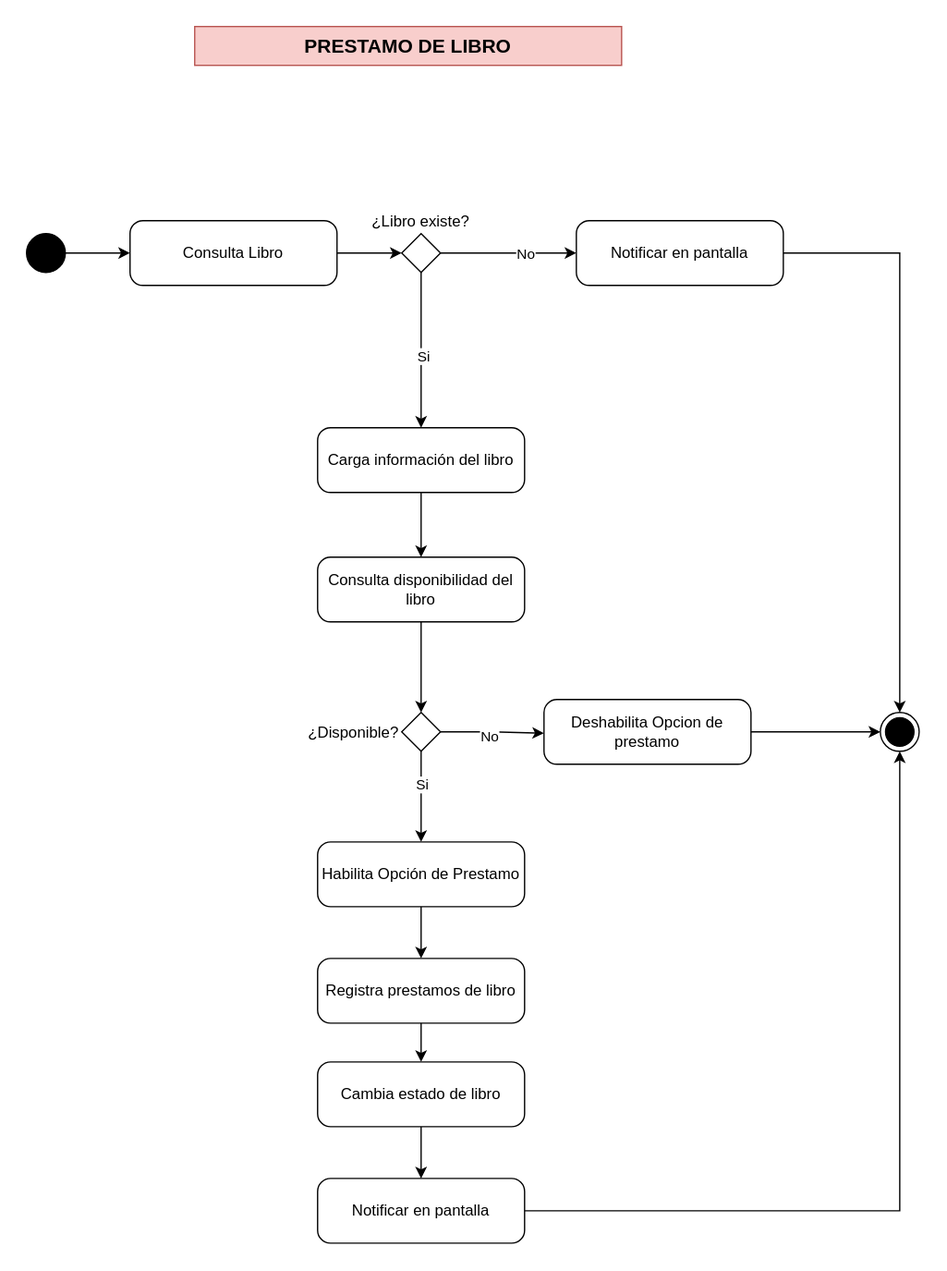
Before: Sistema Biblioteca/Diagrama de Actividades - Solicitar Prestamo libro.svg, a diagram exported from draw.io (victor900424/diagramas-uml). Source tidied: cells renumbered, new cells last; positions are measured from the earlier drawing's top-left corner, leaving out a move shared by most shapes. The source it was exported from:
```xml
<mxGraphModel>
  <root>
    <mxCell id="0" />
    <mxCell id="1" parent="0" />
    <mxCell id="2" value="Deshabilita Opcion de prestamo" style="html=1;dashed=0;rounded=1;absoluteArcSize=1;arcSize=20;verticalAlign=middle;align=center;whiteSpace=wrap;" parent="1" vertex="1">
      <mxGeometry x="400" y="520" width="160" height="50" as="geometry" />
    </mxCell>
    <mxCell id="3" style="edgeStyle=orthogonalEdgeStyle;rounded=0;jettySize=auto;html=1;" parent="1" edge="1" source="4" target="12">
      <mxGeometry relative="1" as="geometry" />
    </mxCell>
    <mxCell id="4" style="ellipse;fillColor=strokeColor;html=1;" parent="1" vertex="1">
      <mxGeometry y="160" width="30" height="30" as="geometry" />
    </mxCell>
    <mxCell id="5" style="ellipse;html=1;shape=endState;fillColor=strokeColor;" parent="1" vertex="1">
      <mxGeometry x="660" y="530" width="30" height="30" as="geometry" />
    </mxCell>
    <mxCell id="6" style="edgeStyle=orthogonalEdgeStyle;rounded=0;jettySize=auto;html=1;" parent="1" edge="1" source="10" target="16">
      <mxGeometry relative="1" as="geometry" />
    </mxCell>
    <mxCell id="7" value="No" style="edgeLabel;html=1;align=center;verticalAlign=middle;" parent="6" vertex="1">
      <mxGeometry x="-0.2" y="-1" relative="1" as="geometry">
        <mxPoint x="24" y="-1" as="offset" />
      </mxGeometry>
    </mxCell>
    <mxCell id="8" style="edgeStyle=orthogonalEdgeStyle;rounded=0;jettySize=auto;html=1;" parent="1" edge="1" source="10" target="14">
      <mxGeometry relative="1" as="geometry" />
    </mxCell>
    <mxCell id="9" value="Si" style="edgeLabel;html=1;align=center;verticalAlign=middle;" parent="8" vertex="1">
      <mxGeometry x="0.06" y="1" relative="1" as="geometry" />
    </mxCell>
    <mxCell id="10" value="¿Libro existe?" style="rhombus;labelPosition=center;verticalLabelPosition=top;align=center;verticalAlign=bottom;" parent="1" vertex="1">
      <mxGeometry x="290" y="160" width="30" height="30" as="geometry" />
    </mxCell>
    <mxCell id="11" style="edgeStyle=orthogonalEdgeStyle;rounded=0;jettySize=auto;html=1;entryX=0;entryY=0.5;entryDx=0;entryDy=0;" parent="1" edge="1" source="12" target="10">
      <mxGeometry relative="1" as="geometry" />
    </mxCell>
    <mxCell id="12" value="Consulta Libro" style="html=1;dashed=0;rounded=1;absoluteArcSize=1;arcSize=20;verticalAlign=middle;align=center;whiteSpace=wrap;" parent="1" vertex="1">
      <mxGeometry x="80" y="150" width="160" height="50" as="geometry" />
    </mxCell>
    <mxCell id="13" style="edgeStyle=orthogonalEdgeStyle;rounded=0;jettySize=auto;html=1;entryX=0.5;entryY=0;entryDx=0;entryDy=0;exitX=0.5;exitY=1;exitDx=0;exitDy=0;" parent="1" edge="1" source="14" target="18">
      <mxGeometry relative="1" as="geometry" />
    </mxCell>
    <mxCell id="14" value="Carga información del libro" style="html=1;dashed=0;rounded=1;absoluteArcSize=1;arcSize=20;verticalAlign=middle;align=center;whiteSpace=wrap;" parent="1" vertex="1">
      <mxGeometry x="225" y="310" width="160" height="50" as="geometry" />
    </mxCell>
    <mxCell id="15" style="edgeStyle=orthogonalEdgeStyle;rounded=0;jettySize=auto;html=1;entryX=0.5;entryY=0;entryDx=0;entryDy=0;" parent="1" edge="1" source="16" target="5">
      <mxGeometry relative="1" as="geometry" />
    </mxCell>
    <mxCell id="16" value="Notificar en pantalla" style="html=1;dashed=0;rounded=1;absoluteArcSize=1;arcSize=20;verticalAlign=middle;align=center;whiteSpace=wrap;" parent="1" vertex="1">
      <mxGeometry x="425" y="150" width="160" height="50" as="geometry" />
    </mxCell>
    <mxCell id="17" style="edgeStyle=orthogonalEdgeStyle;rounded=0;jettySize=auto;html=1;entryX=0.5;entryY=0;entryDx=0;entryDy=0;" parent="1" edge="1" source="18" target="24">
      <mxGeometry relative="1" as="geometry" />
    </mxCell>
    <mxCell id="18" value="Consulta disponibilidad del libro" style="html=1;dashed=0;rounded=1;absoluteArcSize=1;arcSize=20;verticalAlign=middle;align=center;whiteSpace=wrap;" parent="1" vertex="1">
      <mxGeometry x="225" y="410" width="160" height="50" as="geometry" />
    </mxCell>
    <mxCell id="19" value="PRESTAMO DE LIBRO" style="text;html=1;align=center;verticalAlign=middle;whiteSpace=wrap;rounded=0;fillColor=#f8cecc;strokeColor=#b85450;fontStyle=1;fontSize=15;" parent="1" vertex="1">
      <mxGeometry x="130" width="330" height="30" as="geometry" />
    </mxCell>
    <mxCell id="20" style="edgeStyle=orthogonalEdgeStyle;rounded=0;jettySize=auto;html=1;entryX=0;entryY=0.52;entryDx=0;entryDy=0;entryPerimeter=0;" parent="1" edge="1" source="24" target="2">
      <mxGeometry relative="1" as="geometry" />
    </mxCell>
    <mxCell id="21" value="No" style="edgeLabel;html=1;align=center;verticalAlign=middle;" parent="20" vertex="1">
      <mxGeometry x="-0.09" y="-3" relative="1" as="geometry" />
    </mxCell>
    <mxCell id="22" style="edgeStyle=orthogonalEdgeStyle;rounded=0;jettySize=auto;html=1;entryX=0.5;entryY=0;entryDx=0;entryDy=0;" parent="1" edge="1" source="24" target="27">
      <mxGeometry relative="1" as="geometry" />
    </mxCell>
    <mxCell id="23" value="Si" style="edgeLabel;html=1;align=center;verticalAlign=middle;" parent="22" vertex="1">
      <mxGeometry x="-0.26" relative="1" as="geometry" />
    </mxCell>
    <mxCell id="24" value="¿Disponible?" style="rhombus;labelPosition=left;verticalLabelPosition=middle;align=right;verticalAlign=middle;" parent="1" vertex="1">
      <mxGeometry x="290" y="530" width="30" height="30" as="geometry" />
    </mxCell>
    <mxCell id="25" style="edgeStyle=orthogonalEdgeStyle;rounded=0;jettySize=auto;html=1;entryX=0;entryY=0.5;entryDx=0;entryDy=0;" parent="1" edge="1" source="2" target="5">
      <mxGeometry relative="1" as="geometry" />
    </mxCell>
    <mxCell id="26" style="edgeStyle=orthogonalEdgeStyle;rounded=0;jettySize=auto;html=1;entryX=0.5;entryY=0;entryDx=0;entryDy=0;" parent="1" edge="1" source="27" target="29">
      <mxGeometry relative="1" as="geometry" />
    </mxCell>
    <mxCell id="27" value="Habilita Opción de Prestamo" style="html=1;dashed=0;rounded=1;absoluteArcSize=1;arcSize=20;verticalAlign=middle;align=center;whiteSpace=wrap;" parent="1" vertex="1">
      <mxGeometry x="225" y="630" width="160" height="50" as="geometry" />
    </mxCell>
    <mxCell id="28" style="edgeStyle=orthogonalEdgeStyle;rounded=0;jettySize=auto;html=1;" parent="1" edge="1" source="29" target="32">
      <mxGeometry relative="1" as="geometry" />
    </mxCell>
    <mxCell id="29" value="Registra prestamos de libro" style="html=1;dashed=0;rounded=1;absoluteArcSize=1;arcSize=20;verticalAlign=middle;align=center;whiteSpace=wrap;" parent="1" vertex="1">
      <mxGeometry x="225" y="720" width="160" height="50" as="geometry" />
    </mxCell>
    <mxCell id="30" style="edgeStyle=orthogonalEdgeStyle;rounded=0;jettySize=auto;html=1;entryX=0.5;entryY=1;entryDx=0;entryDy=0;exitX=1;exitY=0.5;exitDx=0;exitDy=0;" parent="1" edge="1" source="33" target="5">
      <mxGeometry relative="1" as="geometry" />
    </mxCell>
    <mxCell id="31" style="edgeStyle=orthogonalEdgeStyle;rounded=0;jettySize=auto;html=1;entryX=0.5;entryY=0;entryDx=0;entryDy=0;" parent="1" edge="1" source="32" target="33">
      <mxGeometry relative="1" as="geometry" />
    </mxCell>
    <mxCell id="32" value="Cambia estado de libro" style="html=1;dashed=0;rounded=1;absoluteArcSize=1;arcSize=20;verticalAlign=middle;align=center;whiteSpace=wrap;" parent="1" vertex="1">
      <mxGeometry x="225" y="800" width="160" height="50" as="geometry" />
    </mxCell>
    <mxCell id="33" value="Notificar en pantalla" style="html=1;dashed=0;rounded=1;absoluteArcSize=1;arcSize=20;verticalAlign=middle;align=center;whiteSpace=wrap;" parent="1" vertex="1">
      <mxGeometry x="225" y="890" width="160" height="50" as="geometry" />
    </mxCell>
  </root>
</mxGraphModel>
```
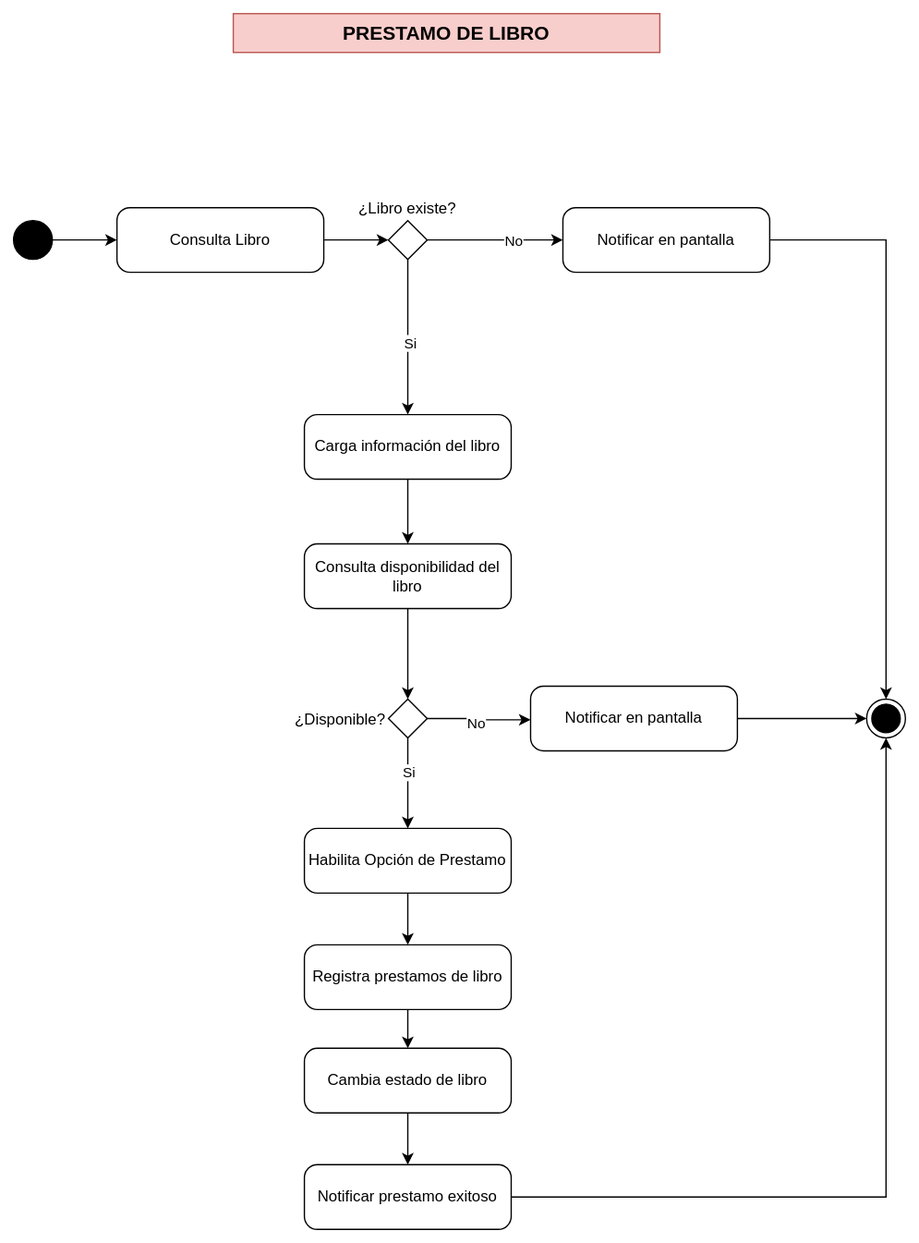
Later version of the same file.

Change to the diagram source:
```diff
@@ -2,7 +2,7 @@
   <root>
     <mxCell id="0" />
     <mxCell id="1" parent="0" />
-    <mxCell id="2" value="Deshabilita Opcion de prestamo" style="html=1;dashed=0;rounded=1;absoluteArcSize=1;arcSize=20;verticalAlign=middle;align=center;whiteSpace=wrap;" parent="1" vertex="1">
+    <mxCell id="2" value="Notificar en pantalla" style="html=1;dashed=0;rounded=1;absoluteArcSize=1;arcSize=20;verticalAlign=middle;align=center;whiteSpace=wrap;" parent="1" vertex="1">
       <mxGeometry x="400" y="520" width="160" height="50" as="geometry" />
     </mxCell>
     <mxCell id="3" style="edgeStyle=orthogonalEdgeStyle;rounded=0;jettySize=auto;html=1;" parent="1" edge="1" source="4" target="12">
@@ -56,7 +56,7 @@
       <mxGeometry x="225" y="410" width="160" height="50" as="geometry" />
     </mxCell>
     <mxCell id="19" value="PRESTAMO DE LIBRO" style="text;html=1;align=center;verticalAlign=middle;whiteSpace=wrap;rounded=0;fillColor=#f8cecc;strokeColor=#b85450;fontStyle=1;fontSize=15;" parent="1" vertex="1">
-      <mxGeometry x="130" width="330" height="30" as="geometry" />
+      <mxGeometry x="170" width="330" height="30" as="geometry" />
     </mxCell>
     <mxCell id="20" style="edgeStyle=orthogonalEdgeStyle;rounded=0;jettySize=auto;html=1;entryX=0;entryY=0.52;entryDx=0;entryDy=0;entryPerimeter=0;" parent="1" edge="1" source="24" target="2">
       <mxGeometry relative="1" as="geometry" />
@@ -97,7 +97,7 @@
     <mxCell id="32" value="Cambia estado de libro" style="html=1;dashed=0;rounded=1;absoluteArcSize=1;arcSize=20;verticalAlign=middle;align=center;whiteSpace=wrap;" parent="1" vertex="1">
       <mxGeometry x="225" y="800" width="160" height="50" as="geometry" />
     </mxCell>
-    <mxCell id="33" value="Notificar en pantalla" style="html=1;dashed=0;rounded=1;absoluteArcSize=1;arcSize=20;verticalAlign=middle;align=center;whiteSpace=wrap;" parent="1" vertex="1">
+    <mxCell id="33" value="Notificar prestamo exitoso" style="html=1;dashed=0;rounded=1;absoluteArcSize=1;arcSize=20;verticalAlign=middle;align=center;whiteSpace=wrap;" parent="1" vertex="1">
       <mxGeometry x="225" y="890" width="160" height="50" as="geometry" />
     </mxCell>
   </root>
```
